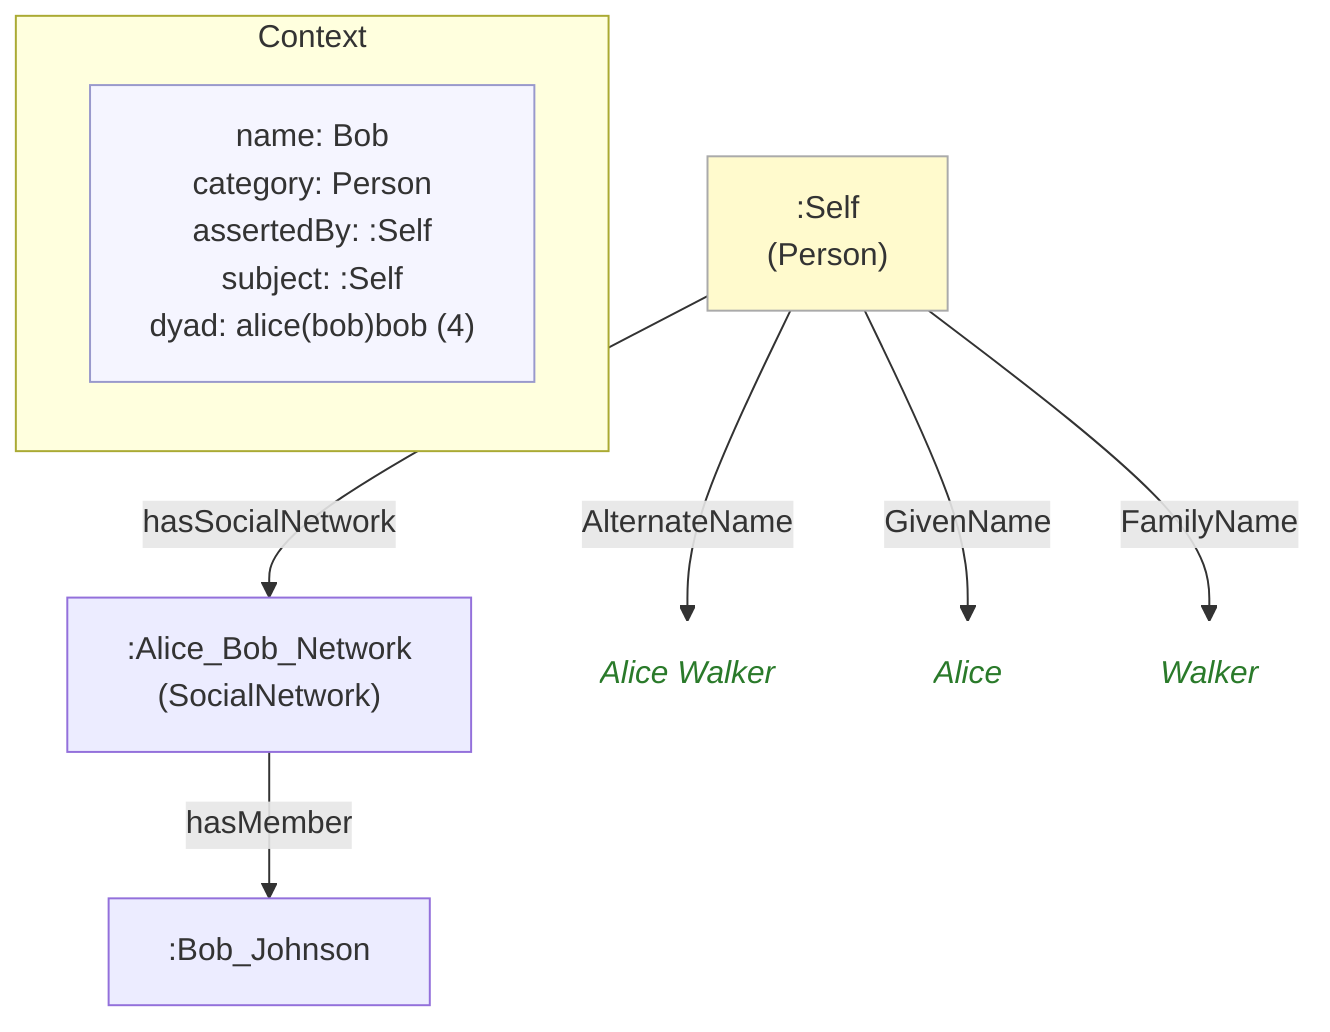
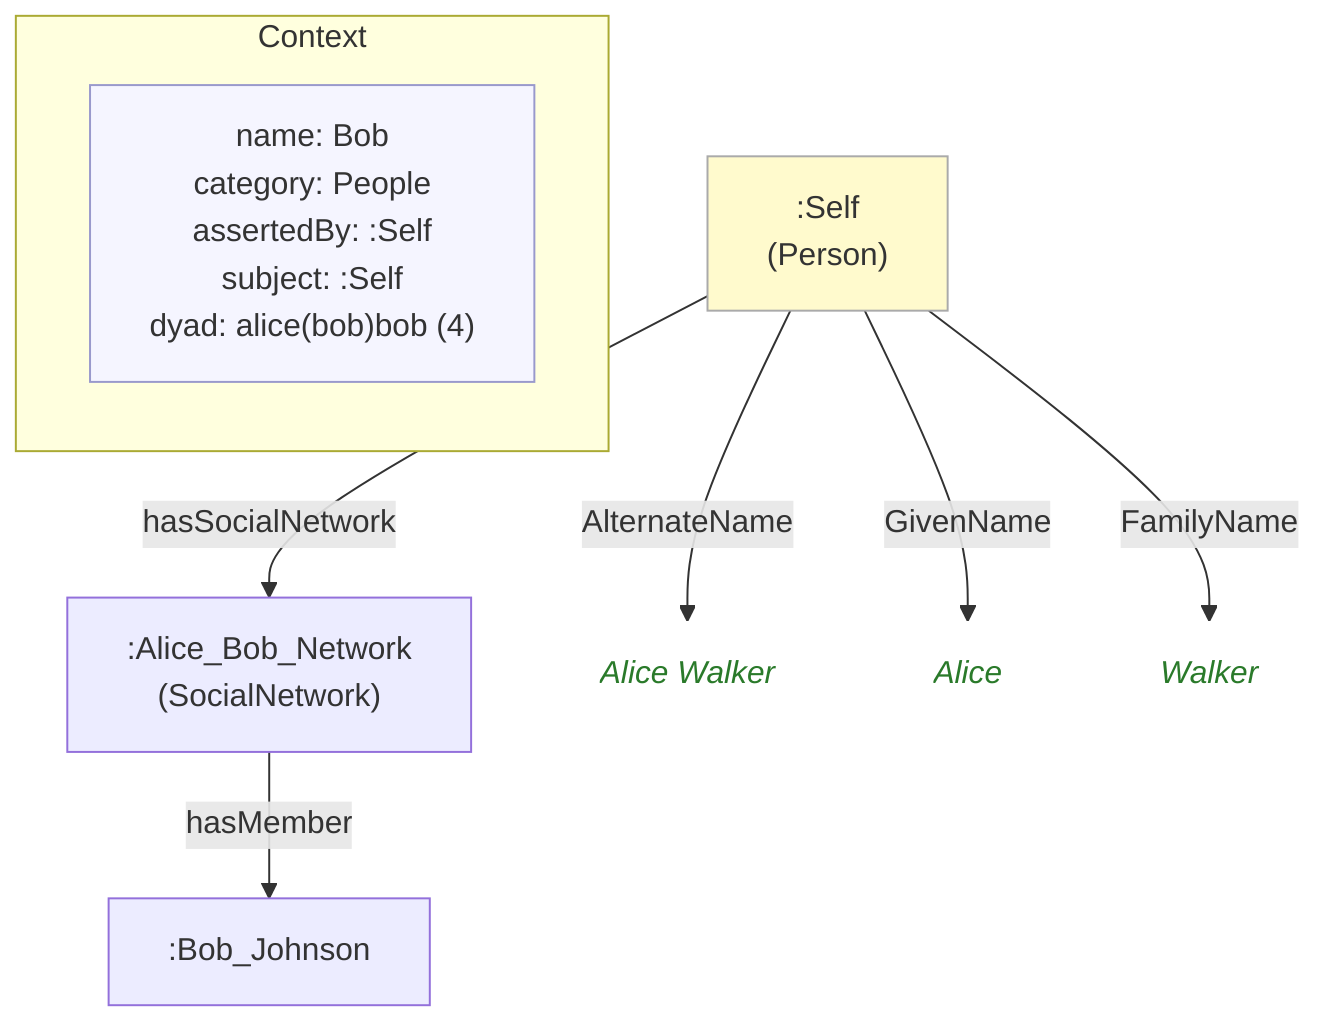
- %% ContextCategory: context:Person
+ %% ContextCategory: context:People
flowchart TD
    classDef person fill:#fffacd,stroke:#aaa,color:#333
    classDef grp    fill:#d4edda,stroke:#aaa,color:#333
    classDef org    fill:#cce5ff,stroke:#aaa,color:#333
    classDef lit    fill:none,stroke:none,font-style:italic,color:#2a7a2a
    classDef meta   fill:#f5f5ff,stroke:#9999cc,color:#333

    subgraph ctx["Context"]
        direction LR
-         ctx_meta["name: Bob\ncategory: Person\nassertedBy: :Self\nsubject: :Self\ndyad: alice(bob)bob (4)"]:::meta
+         ctx_meta["name: Bob\ncategory: People\nassertedBy: :Self\nsubject: :Self\ndyad: alice(bob)bob (4)"]:::meta
    end

    ne62a8f0f56d6[":Alice_Bob_Network\n(SocialNetwork)"]
    ncea94215aa38[":Bob_Johnson"]
    ne0c3ba92f1db[":Self\n(Person)"]:::person
-     n7ab07168eaf3("Alice Walker"):::lit
-     n45a084642638("Alice"):::lit
-     n0e05bf4f3b70("Walker"):::lit
+     n65194481b728("Alice Walker"):::lit
+     n84de6c49c759("Alice"):::lit
+     n86d5c18cbefc("Walker"):::lit

    ne62a8f0f56d6 -->|"hasMember"| ncea94215aa38
-     ne0c3ba92f1db -->|"AlternateName"| n7ab07168eaf3
-     ne0c3ba92f1db -->|"GivenName"| n45a084642638
-     ne0c3ba92f1db -->|"FamilyName"| n0e05bf4f3b70
+     ne0c3ba92f1db -->|"AlternateName"| n65194481b728
+     ne0c3ba92f1db -->|"GivenName"| n84de6c49c759
+     ne0c3ba92f1db -->|"FamilyName"| n86d5c18cbefc
    ne0c3ba92f1db -->|"hasSocialNetwork"| ne62a8f0f56d6
